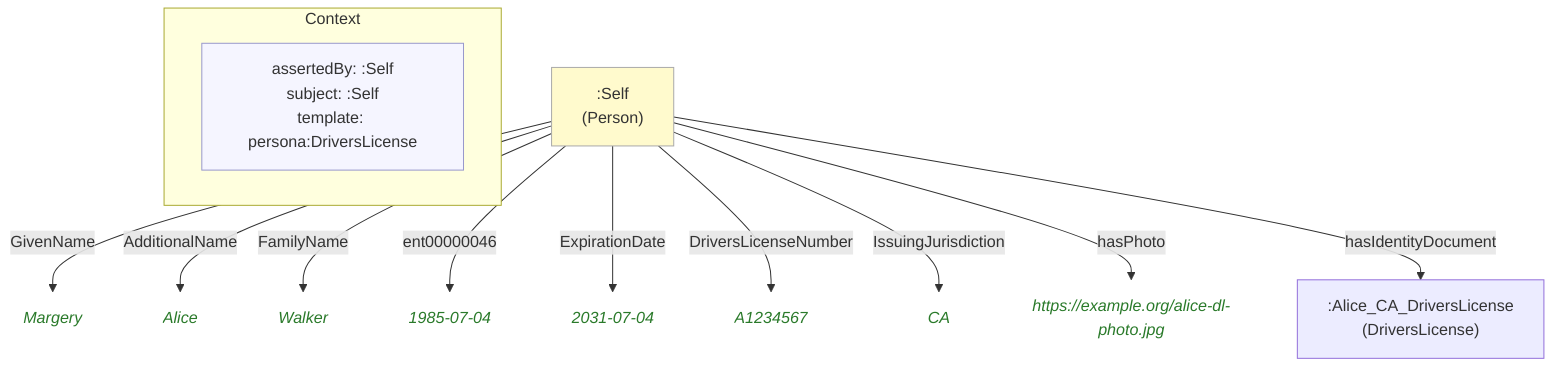
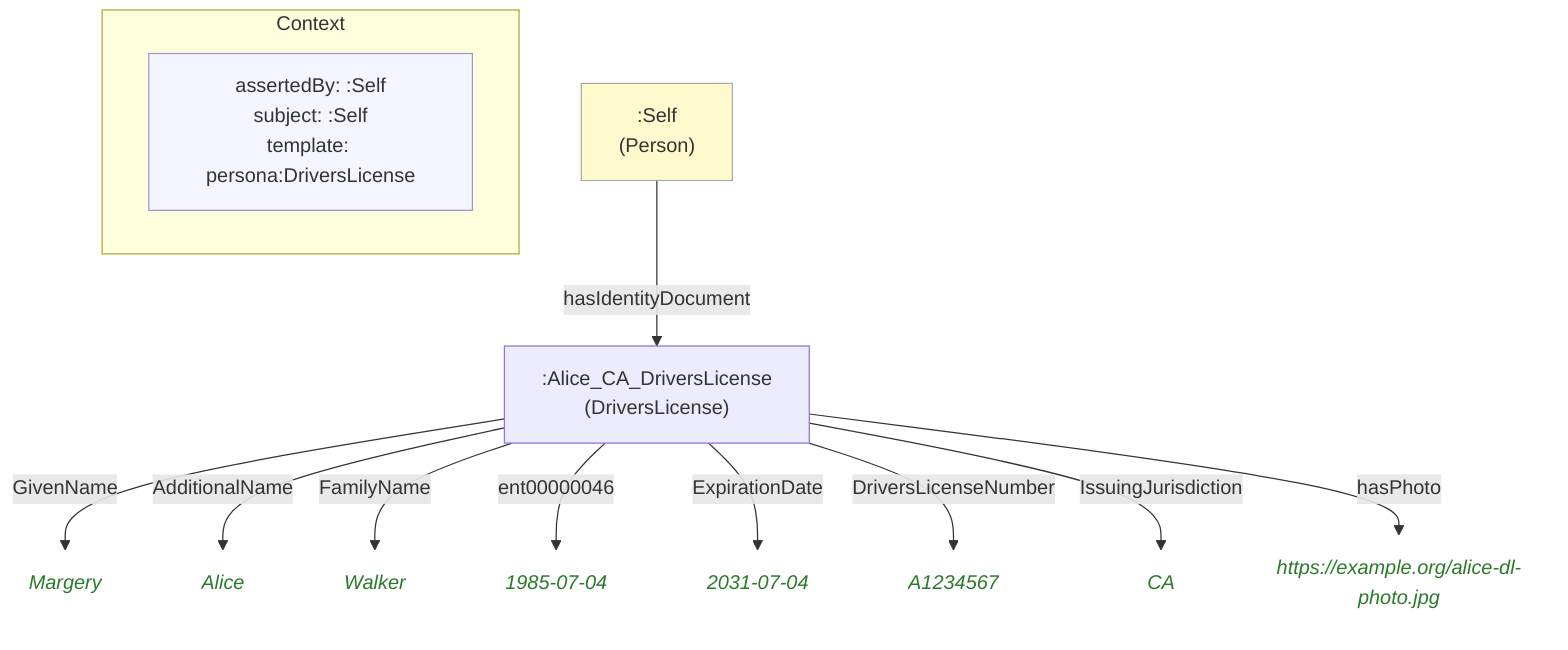
flowchart TD
    classDef person fill:#fffacd,stroke:#aaa,color:#333
    classDef grp    fill:#d4edda,stroke:#aaa,color:#333
    classDef org    fill:#cce5ff,stroke:#aaa,color:#333
    classDef lit    fill:none,stroke:none,font-style:italic,color:#2a7a2a
    classDef meta   fill:#f5f5ff,stroke:#9999cc,color:#333

    subgraph ctx["Context"]
        direction LR
        ctx_meta["assertedBy: :Self\nsubject: :Self\ntemplate: persona:DriversLicense"]:::meta
    end

    naafab809f865[":Alice_CA_DriversLicense\n(DriversLicense)"]
+     nd97632c9feea("Margery"):::lit
+     ncadd3165a84f("Alice"):::lit
+     nfbcb33effa50("Walker"):::lit
+     n8c588c354042("1985-07-04"):::lit
+     n428205a9c537("2031-07-04"):::lit
+     n4d7c74ab3485("A1234567"):::lit
+     nbb0a0f0b2f50("CA"):::lit
+     n2d7288ec7ae7("https://example.org/alice-dl-photo.jpg"):::lit
    ne0c3ba92f1db[":Self\n(Person)"]:::person
-     ne0514c31a5e9("Margery"):::lit
-     nbc16313b102a("Alice"):::lit
-     n3a7b6f722897("Walker"):::lit
-     nf287c2a89b6e("1985-07-04"):::lit
-     n7af4d5c79647("2031-07-04"):::lit
-     nc42a3393c08b("A1234567"):::lit
-     n57e1f4fe674c("CA"):::lit
-     n776653056055("https://example.org/alice-dl-photo.jpg"):::lit

-     ne0c3ba92f1db -->|"GivenName"| ne0514c31a5e9
-     ne0c3ba92f1db -->|"AdditionalName"| nbc16313b102a
-     ne0c3ba92f1db -->|"FamilyName"| n3a7b6f722897
-     ne0c3ba92f1db -->|"ent00000046"| nf287c2a89b6e
-     ne0c3ba92f1db -->|"ExpirationDate"| n7af4d5c79647
-     ne0c3ba92f1db -->|"DriversLicenseNumber"| nc42a3393c08b
-     ne0c3ba92f1db -->|"IssuingJurisdiction"| n57e1f4fe674c
-     ne0c3ba92f1db -->|"hasPhoto"| n776653056055
+     naafab809f865 -->|"GivenName"| nd97632c9feea
+     naafab809f865 -->|"AdditionalName"| ncadd3165a84f
+     naafab809f865 -->|"FamilyName"| nfbcb33effa50
+     naafab809f865 -->|"ent00000046"| n8c588c354042
+     naafab809f865 -->|"ExpirationDate"| n428205a9c537
+     naafab809f865 -->|"DriversLicenseNumber"| n4d7c74ab3485
+     naafab809f865 -->|"IssuingJurisdiction"| nbb0a0f0b2f50
+     naafab809f865 -->|"hasPhoto"| n2d7288ec7ae7
    ne0c3ba92f1db -->|"hasIdentityDocument"| naafab809f865
